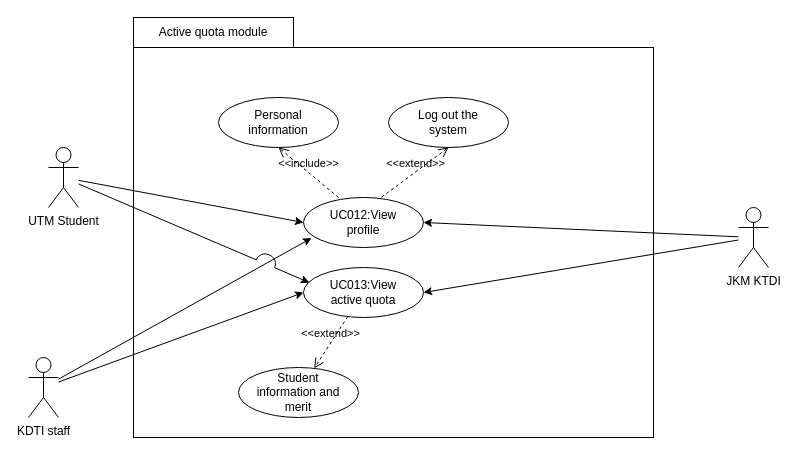
Earlier version of the draw.io diagram page "UC12,13 Use case" (14 of 16) of project/drawio/Curiousity/UML.drawio (drshahizan/software-engineering). Source tidied: cells renumbered, new cells numbered last; positions are measured from the earlier drawing's top-left corner, leaving out a move shared by most shapes. Both pictures are drawn from the tidied source at 100%, with x=0, y=0 at pixel (28, 17).
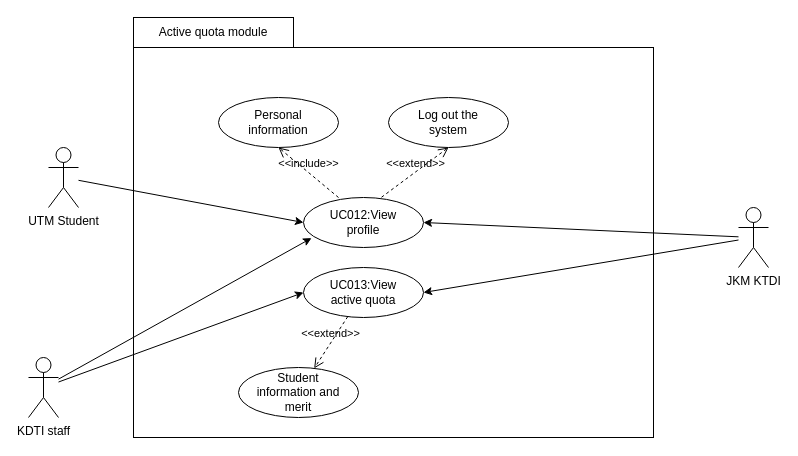
Above is the later version.

Unchanged cells that the change refers to:
```xml
<mxCell id="2" value="UTM Student" style="shape=umlActor;verticalLabelPosition=bottom;verticalAlign=top;html=1;outlineConnect=0;" parent="1" vertex="1">
  <mxGeometry x="20" y="130" width="30" height="60" as="geometry" />
</mxCell>
<mxCell id="5" style="ellipse;whiteSpace=wrap;html=1;" parent="4" vertex="1">
  <mxGeometry width="120" height="50" as="geometry" />
</mxCell>
```

Change to the diagram source:
```diff
@@
-    <mxCell id="24" style="edgeStyle=none;html=1;entryX=0.049;entryY=0.301;entryDx=0;entryDy=0;entryPerimeter=0;jumpSize=20;jumpStyle=arc;" parent="1" edge="1" source="2" target="5">
-      <mxGeometry relative="1" as="geometry" />
-    </mxCell>
```
